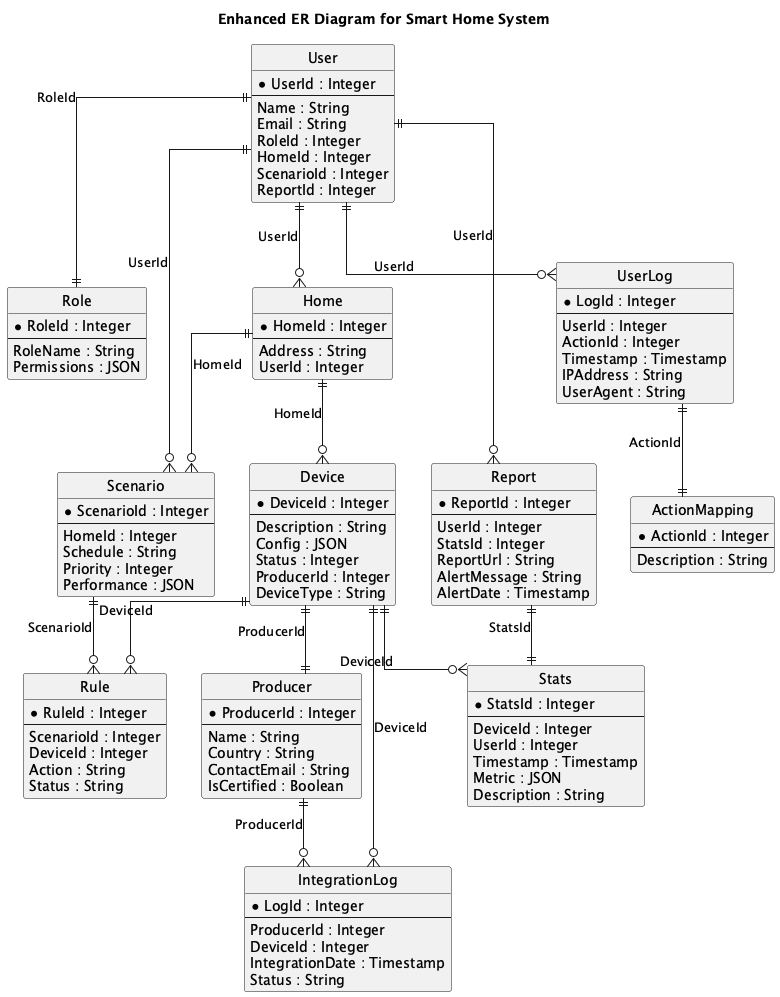
Earlier version of the PlantUML export docs/assets/er.png (nikolaidstepanov/tmp-sprint-3).
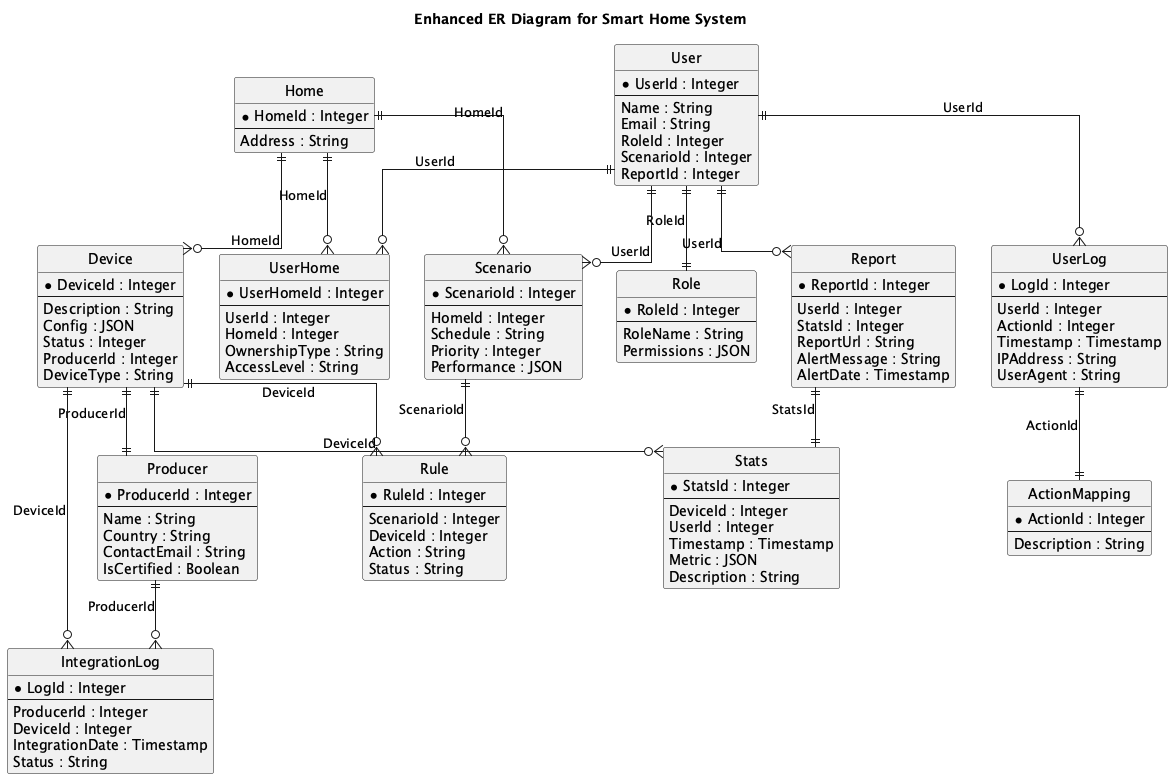
The same file after the commit.

What changed in the source:
```diff
@@ -11,7 +11,6 @@
   Name : String
   Email : String
   RoleId : Integer
-  HomeId : Integer
   ScenarioId : Integer
   ReportId : Integer
 }
@@ -27,7 +26,15 @@
   * HomeId : Integer
   ---
   Address : String
+}
+
+entity UserHome {
+  * UserHomeId : Integer
+  ---
   UserId : Integer
+  HomeId : Integer
+  OwnershipType : String
+  AccessLevel : String
 }
 
 entity Device {
@@ -113,7 +120,6 @@
 }
 
 User ||--|| Role : "RoleId"
-User ||--o{ Home : "UserId"
 User ||--o{ Scenario : "UserId"
 User ||--o{ Report : "UserId"
 User ||--o{ UserLog : "UserId"
@@ -127,5 +133,7 @@
 Device ||--o{ IntegrationLog : "DeviceId"
 Report ||--|| Stats : "StatsId"
 UserLog ||--|| ActionMapping : "ActionId"
+User ||--o{ UserHome : "UserId"
+Home ||--o{ UserHome : "HomeId"
 
 @enduml
```
